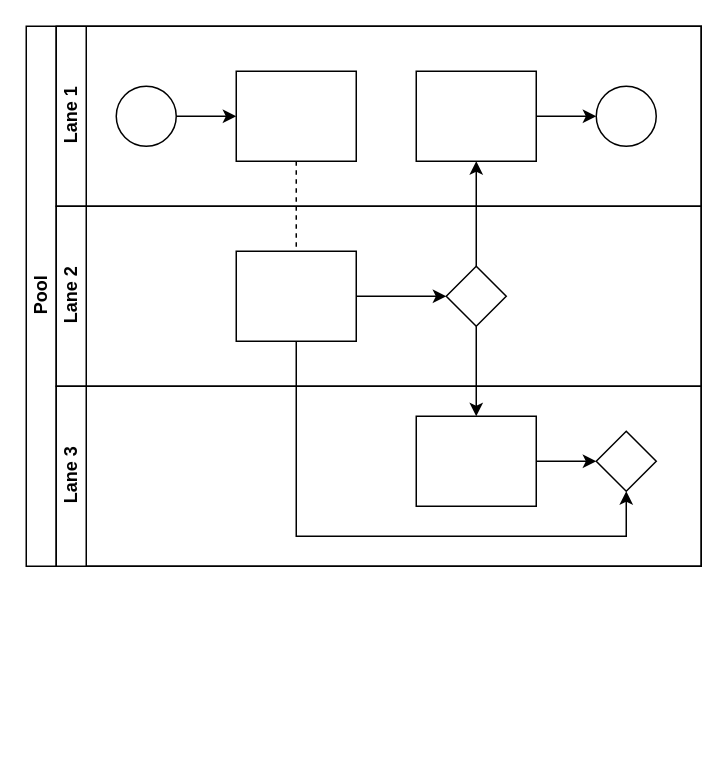
Before: documentation/cleaner_data_swimlane.drawio in Otsopo/cleaner_data, a draw.io diagram. Source tidied: cells renumbered, new cells numbered last; positions are measured from the earlier drawing's top-left corner, leaving out a move shared by most shapes. Both pictures are drawn from the tidied source at 150%, with x=0, y=0 at pixel (26, 26).
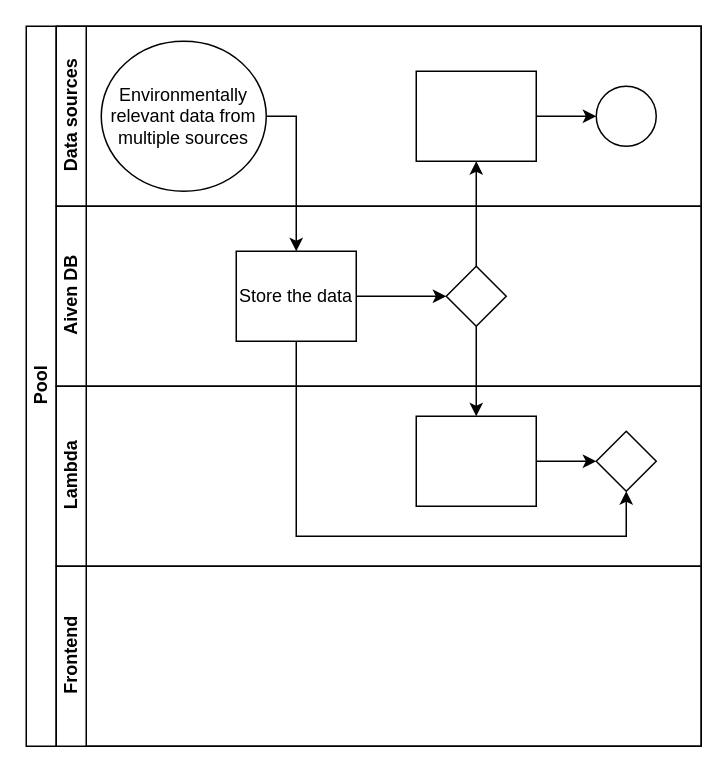
The same diagram, later.

Diff of the diagram source:
```diff
@@
     <mxCell id="2" value="Pool" style="swimlane;html=1;horizontal=0;startSize=20;" parent="1" vertex="1">
-      <mxGeometry width="450" height="360" as="geometry" />
+      <mxGeometry width="450" height="480" as="geometry" />
     </mxCell>
-    <mxCell id="3" style="edgeStyle=orthogonalEdgeStyle;rounded=0;jettySize=auto;html=1;dashed=1;endArrow=none;endFill=0;" parent="2" edge="1" source="10" target="16">
-      <mxGeometry relative="1" as="geometry" />
-    </mxCell>
@@
-    <mxCell id="7" value="Lane 1" style="swimlane;html=1;startSize=20;horizontal=0;" parent="2" vertex="1">
+    <mxCell id="7" value="Data sources" style="swimlane;html=1;startSize=20;horizontal=0;" parent="2" vertex="1">
       <mxGeometry x="20" width="430" height="120" as="geometry" />
     </mxCell>
-    <mxCell id="8" style="edgeStyle=orthogonalEdgeStyle;rounded=0;jettySize=auto;html=1;" parent="7" edge="1" source="9" target="10">
-      <mxGeometry relative="1" as="geometry" />
-    </mxCell>
-    <mxCell id="9" style="ellipse;whiteSpace=wrap;html=1;" parent="7" vertex="1">
-      <mxGeometry x="40" y="40" width="40" height="40" as="geometry" />
+    <mxCell id="9" value="Environmentally relevant data from multiple sources" style="ellipse;whiteSpace=wrap;html=1;" parent="7" vertex="1">
+      <mxGeometry x="30" y="10" width="110" height="100" as="geometry" />
     </mxCell>
-    <mxCell id="10" style="rounded=0;whiteSpace=wrap;html=1;fontFamily=Helvetica;fontSize=12;fontColor=#000000;align=center;" parent="7" vertex="1">
-      <mxGeometry x="120" y="30" width="80" height="60" as="geometry" />
-    </mxCell>
@@
-    <mxCell id="14" value="Lane 2" style="swimlane;html=1;startSize=20;horizontal=0;" parent="2" vertex="1">
+    <mxCell id="14" value="&lt;div&gt;Aiven DB&lt;/div&gt;" style="swimlane;html=1;startSize=20;horizontal=0;" parent="2" vertex="1">
       <mxGeometry x="20" y="120" width="430" height="120" as="geometry" />
     </mxCell>
@@
-    <mxCell id="16" style="rounded=0;whiteSpace=wrap;html=1;fontFamily=Helvetica;fontSize=12;fontColor=#000000;align=center;" parent="14" vertex="1">
+    <mxCell id="16" value="Store the data" style="rounded=0;whiteSpace=wrap;html=1;fontFamily=Helvetica;fontSize=12;fontColor=#000000;align=center;" parent="14" vertex="1">
       <mxGeometry x="120" y="30" width="80" height="60" as="geometry" />
     </mxCell>
@@
-    <mxCell id="18" value="Lane 3" style="swimlane;html=1;startSize=20;horizontal=0;" parent="2" vertex="1">
+    <mxCell id="18" value="Lambda" style="swimlane;html=1;startSize=20;horizontal=0;" parent="2" vertex="1">
       <mxGeometry x="20" y="240" width="430" height="120" as="geometry" />
     </mxCell>
@@
+    <mxCell id="22" value="Frontend" style="swimlane;html=1;startSize=20;horizontal=0;" parent="2" vertex="1">
+      <mxGeometry x="20" y="360" width="430" height="120" as="geometry" />
+    </mxCell>
+    <mxCell id="8" style="edgeStyle=orthogonalEdgeStyle;rounded=0;jettySize=auto;html=1;entryX=0.5;entryY=0;entryDx=0;entryDy=0;exitX=1;exitY=0.5;exitDx=0;exitDy=0;" parent="2" edge="1" source="9" target="16">
+      <mxGeometry relative="1" as="geometry" />
+    </mxCell>
```
